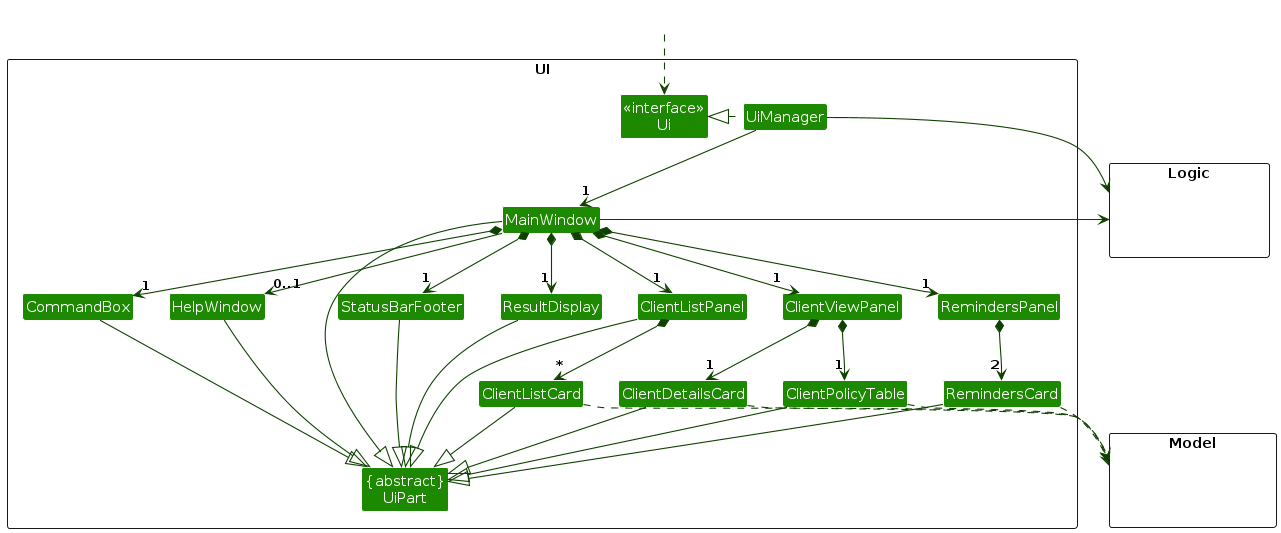
Earlier version of the PlantUML export diagrams/UiClassDiagram.png (getsquared/tp). Its source is kept beside it as diagrams/UiClassDiagram.puml.
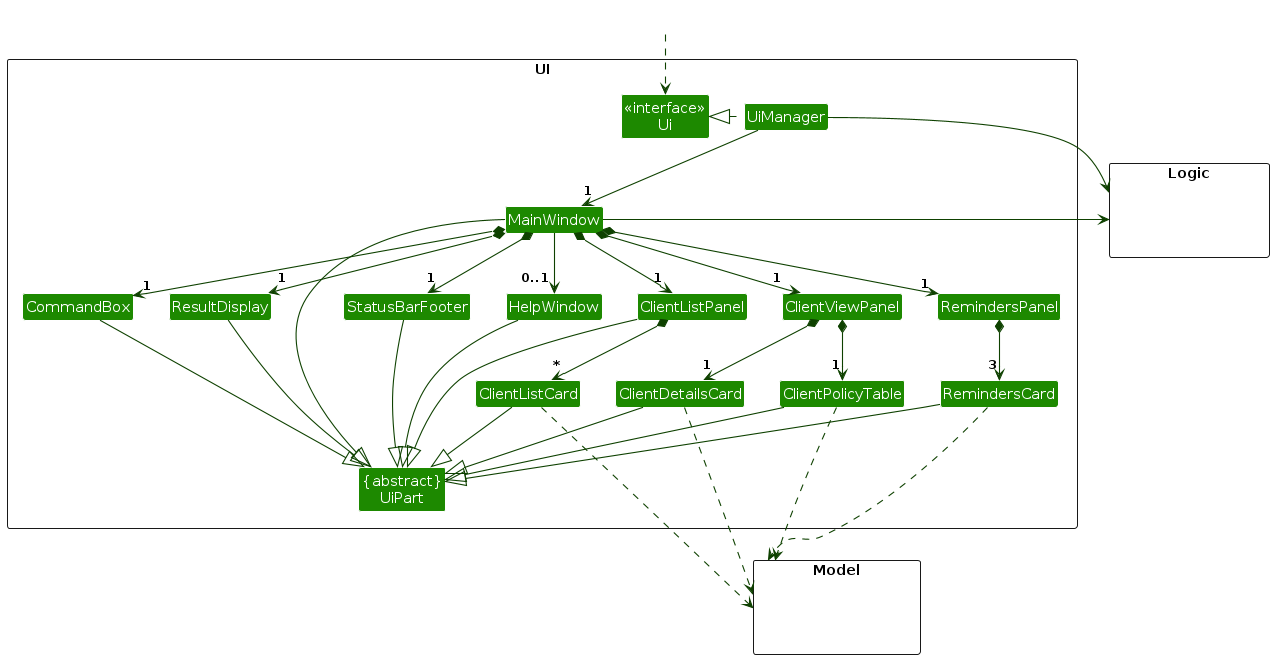
The same diagram one commit later.

Change to the diagram source:
```diff
@@ -48,31 +48,30 @@
 ClientViewPanel *-down-> "1" ClientDetailsCard
 ClientViewPanel *-down-> "1" ClientPolicyTable
 
-RemindersPanel *-down-> "2" RemindersCard
+RemindersPanel *-down-> "3" RemindersCard
 
-MainWindow -left-|> UiPart
+MainWindow --|> UiPart
 
+HelpWindow --|> UiPart
+CommandBox --|> UiPart
 ResultDisplay --|> UiPart
-CommandBox --|> UiPart
+StatusBarFooter --|> UiPart
 ClientListPanel --|> UiPart
 ClientListCard --|> UiPart
 ClientDetailsCard --|> UiPart
 ClientPolicyTable --|> UiPart
 RemindersCard --|> UiPart
-StatusBarFooter --|> UiPart
-HelpWindow --|> UiPart
 
-ClientListCard ..> Model
-ClientDetailsCard ..> Model
-ClientPolicyTable ..> Model
-RemindersCard ..> Model
+ClientListCard ...> Model
+ClientDetailsCard ...> Model
+ClientPolicyTable ...> Model
+RemindersCard ...> Model
 UiManager -right-> Logic
 MainWindow -left-> Logic
 
-ClientListPanel -[hidden]left- HelpWindow
-HelpWindow -[hidden]left- CommandBox
-CommandBox -[hidden]left- ResultDisplay
-ResultDisplay -[hidden]left- StatusBarFooter
+ResultDisplay -[hidden]left- HelpWindow
+CommandBox -[hidden]left- HelpWindow
+StatusBarFooter -[hidden]right- HelpWindow
 
 MainWindow -[hidden]-|> UiPart
 @enduml
```
